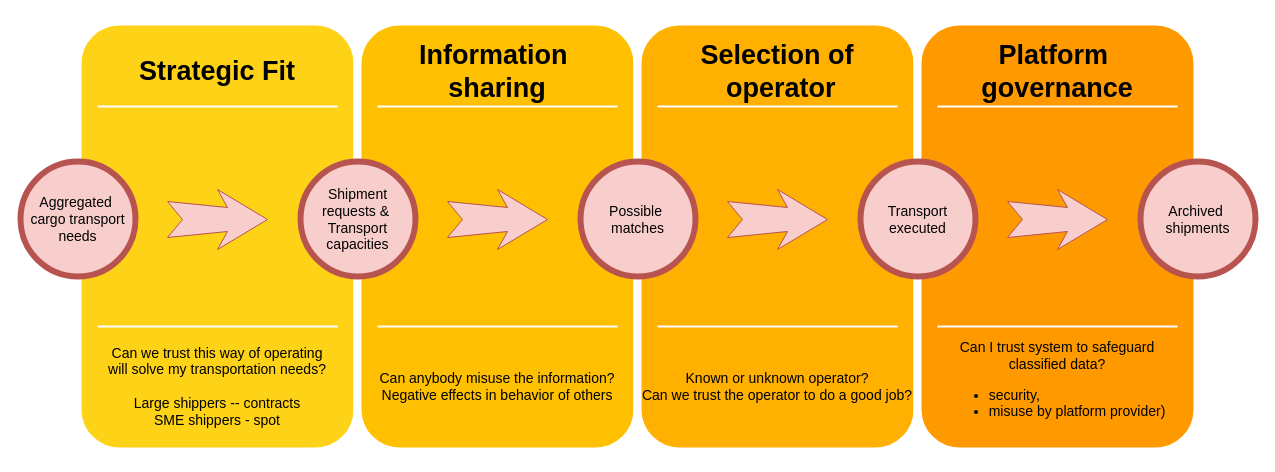
Above: Untitled Diagram.drawio in jcaballe1/hello-world (draw.io), before the change. Source tidied: cells renumbered, new cells numbered last; positions are measured from the earlier drawing's top-left corner, leaving out a move shared by most shapes. Both pictures are drawn from the tidied source at 100%, with x=0, y=0 at pixel (20, 21).
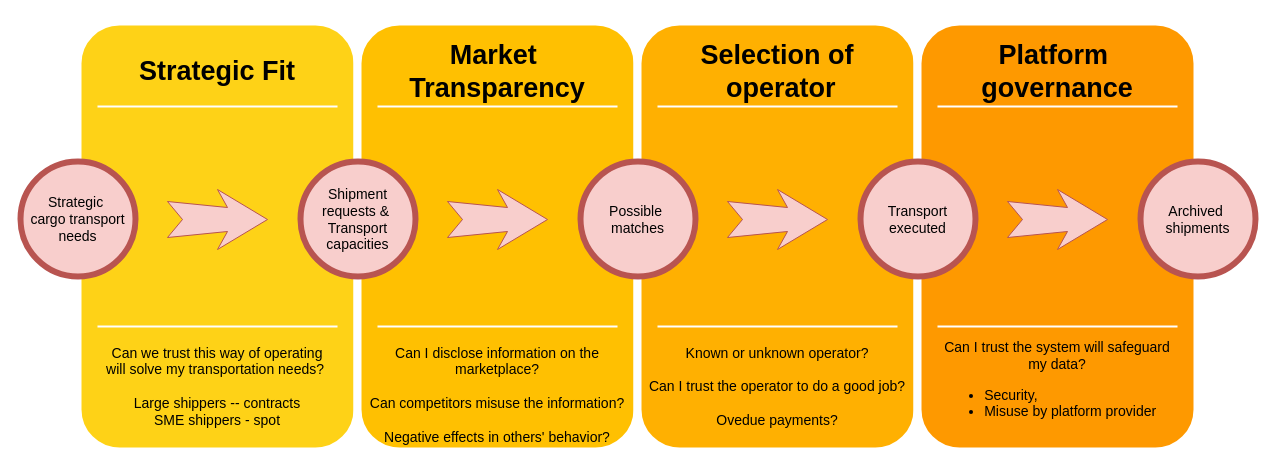
The same diagram, later.

Diff of the diagram source:
```diff
@@
-    <mxCell id="4" value="Can we trust this way of operating&lt;div&gt;will solve my transportation needs?&lt;/div&gt;&lt;div&gt;&lt;br&gt;&lt;/div&gt;&lt;div&gt;Large shippers -- contracts&lt;/div&gt;&lt;div&gt;SME shippers - spot&lt;/div&gt;" style="text;html=1;strokeColor=none;fillColor=none;align=center;verticalAlign=middle;whiteSpace=wrap;rounded=0;shadow=0;fontSize=14;fontColor=default;" parent="1" vertex="1">
+    <mxCell id="4" value="Can we trust this way of operating&lt;div&gt;will solve my transportation needs?&lt;span style=&quot;background-color: initial;&quot;&gt;&amp;nbsp;&lt;/span&gt;&lt;/div&gt;&lt;div&gt;&lt;br&gt;&lt;/div&gt;&lt;div&gt;Large shippers -- contracts&lt;/div&gt;&lt;div&gt;SME shippers - spot&lt;/div&gt;" style="text;html=1;strokeColor=none;fillColor=none;align=center;verticalAlign=middle;whiteSpace=wrap;rounded=0;shadow=0;fontSize=14;fontColor=default;" parent="1" vertex="1">
       <mxGeometry x="57" y="320" width="280" height="90" as="geometry" />
     </mxCell>
@@
-    <mxCell id="7" value="Aggregated&amp;nbsp;&lt;div&gt;cargo transport needs&lt;/div&gt;" style="ellipse;whiteSpace=wrap;html=1;rounded=0;shadow=0;strokeWidth=6;fontSize=14;align=center;fillColor=#f8cecc;strokeColor=#b85450;" parent="1" vertex="1">
+    <mxCell id="7" value="Strategic&amp;nbsp;&lt;div&gt;cargo transport needs&lt;/div&gt;" style="ellipse;whiteSpace=wrap;html=1;rounded=0;shadow=0;strokeWidth=6;fontSize=14;align=center;fillColor=#f8cecc;strokeColor=#b85450;" parent="1" vertex="1">
       <mxGeometry y="140" width="115" height="115" as="geometry" />
     </mxCell>
@@
-    <mxCell id="10" value="Information&amp;nbsp;&lt;div&gt;sharing&lt;/div&gt;" style="text;html=1;strokeColor=none;fillColor=none;align=center;verticalAlign=middle;whiteSpace=wrap;rounded=0;shadow=0;fontSize=27;fontColor=default;fontStyle=1;" parent="1" vertex="1">
+    <mxCell id="10" value="Market&amp;nbsp;&lt;div&gt;Transparency&lt;/div&gt;" style="text;html=1;strokeColor=none;fillColor=none;align=center;verticalAlign=middle;whiteSpace=wrap;rounded=0;shadow=0;fontSize=27;fontColor=default;fontStyle=1;" parent="1" vertex="1">
       <mxGeometry x="337" y="20" width="280" height="60" as="geometry" />
     </mxCell>
-    <mxCell id="11" value="Can anybody misuse the information?&lt;div&gt;Negative effects in behavior of others&lt;/div&gt;" style="text;html=1;strokeColor=none;fillColor=none;align=center;verticalAlign=middle;whiteSpace=wrap;rounded=0;shadow=0;fontSize=14;fontColor=default;" parent="1" vertex="1">
+    <mxCell id="11" value="&lt;div&gt;&lt;br&gt;&lt;/div&gt;&lt;div&gt;Can I disclose information on the marketplace?&lt;/div&gt;&lt;div&gt;&lt;br&gt;&lt;/div&gt;Can competitors misuse the information?&lt;div&gt;&lt;br&gt;&lt;/div&gt;&lt;div&gt;Negative effects&amp;nbsp;&lt;span style=&quot;background-color: initial;&quot;&gt;in others' behavior?&lt;/span&gt;&lt;/div&gt;" style="text;html=1;strokeColor=none;fillColor=none;align=center;verticalAlign=middle;whiteSpace=wrap;rounded=0;shadow=0;fontSize=14;fontColor=default;" parent="1" vertex="1">
       <mxGeometry x="337" y="320" width="280" height="90" as="geometry" />
     </mxCell>
@@
-    <mxCell id="18" value="Known or unknown operator?&lt;div&gt;Can we trust the operator to do a good job?&lt;/div&gt;" style="text;html=1;strokeColor=none;fillColor=none;align=center;verticalAlign=middle;whiteSpace=wrap;rounded=0;shadow=0;fontSize=14;fontColor=default;" parent="1" vertex="1">
+    <mxCell id="18" value="Known or unknown operator?&lt;div&gt;&lt;br&gt;&lt;div&gt;Can I trust the operator to do a good job?&lt;/div&gt;&lt;/div&gt;&lt;div&gt;&lt;br&gt;&lt;/div&gt;&lt;div&gt;Ovedue payments?&lt;/div&gt;" style="text;html=1;strokeColor=none;fillColor=none;align=center;verticalAlign=middle;whiteSpace=wrap;rounded=0;shadow=0;fontSize=14;fontColor=default;" parent="1" vertex="1">
       <mxGeometry x="617" y="320" width="280" height="90" as="geometry" />
     </mxCell>
@@
-    <mxCell id="25" value="Can I trust system to safeguard&lt;div&gt;classified data?&lt;/div&gt;&lt;div&gt;&lt;ul&gt;&lt;li style=&quot;text-align: left;&quot;&gt;security,&amp;nbsp;&lt;/li&gt;&lt;li style=&quot;text-align: left;&quot;&gt;misuse by platform provider)&lt;/li&gt;&lt;/ul&gt;&lt;/div&gt;" style="text;html=1;strokeColor=none;fillColor=none;align=center;verticalAlign=middle;whiteSpace=wrap;rounded=0;shadow=0;fontSize=14;fontColor=default;" parent="1" vertex="1">
+    <mxCell id="25" value="Can I trust the system will safeguard&lt;div&gt;my data?&lt;/div&gt;&lt;div&gt;&lt;ul&gt;&lt;li style=&quot;text-align: left;&quot;&gt;Security,&amp;nbsp;&lt;/li&gt;&lt;li style=&quot;text-align: left;&quot;&gt;Misuse by platform provider&lt;/li&gt;&lt;/ul&gt;&lt;/div&gt;" style="text;html=1;strokeColor=none;fillColor=none;align=center;verticalAlign=middle;whiteSpace=wrap;rounded=0;shadow=0;fontSize=14;fontColor=default;" parent="1" vertex="1">
       <mxGeometry x="897" y="320" width="280" height="90" as="geometry" />
     </mxCell>
```
